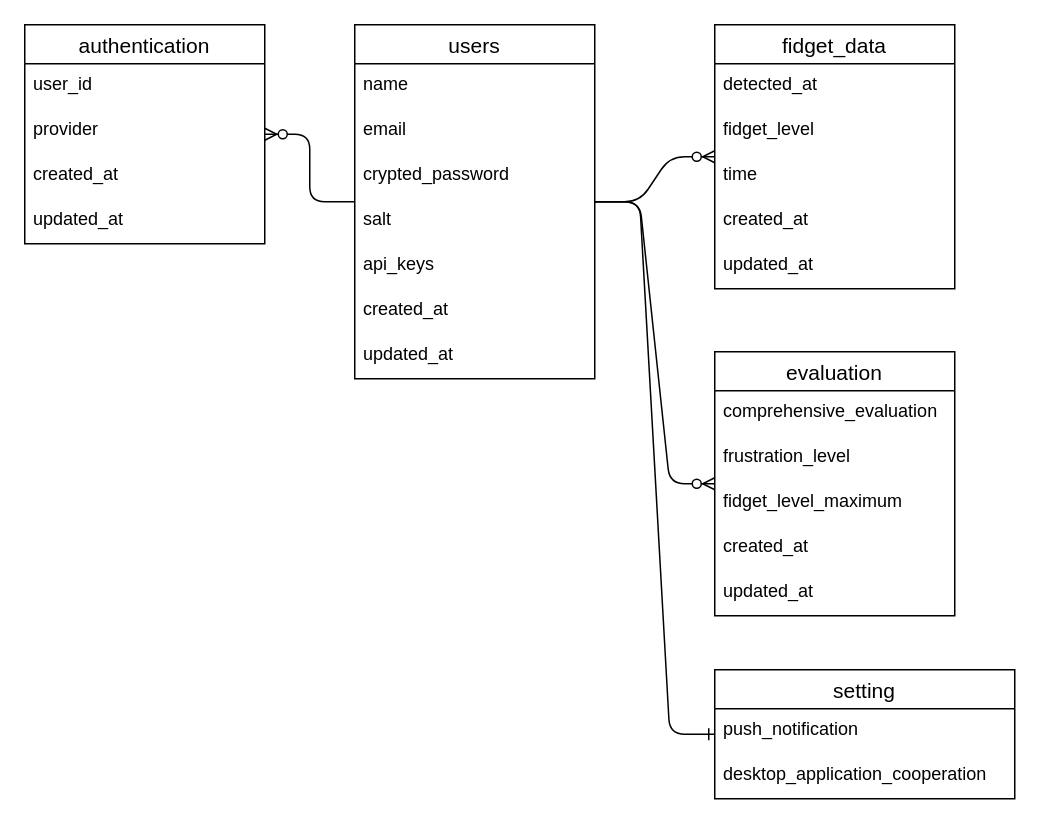
Above: ER Diagram for fidgeting_meter.drawio in FukiHayashi/fidgeting_meter (draw.io), before the change. Source tidied: cells renumbered, new cells numbered last; positions are measured from the earlier drawing's top-left corner, leaving out a move shared by most shapes. Both pictures are drawn from the tidied source at 150%, with x=0, y=0 at pixel (24, 24).
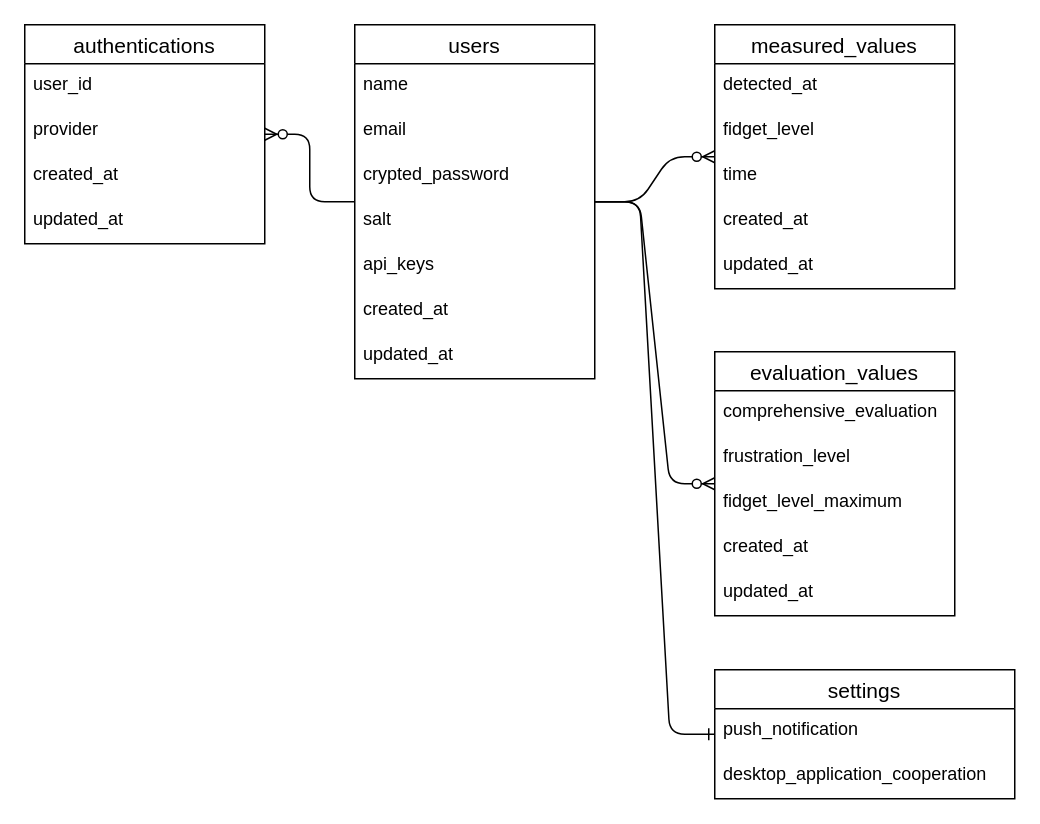
The same page after the edit.

Commit message:
ER図のテーブル名を変更

What changed in the source:
```diff
@@
-    <mxCell id="10" value="fidget_data" style="swimlane;fontStyle=0;horizontal=1;startSize=26;align=center;fontSize=14;" parent="1" vertex="1">
+    <mxCell id="10" value="measured_values" style="swimlane;fontStyle=0;horizontal=1;startSize=26;align=center;fontSize=14;" parent="1" vertex="1">
       <mxGeometry x="460" width="160" height="176" as="geometry" />
     </mxCell>
@@
-    <mxCell id="16" value="authentication" style="swimlane;fontStyle=0;horizontal=1;startSize=26;align=center;fontSize=14;" parent="1" vertex="1">
+    <mxCell id="16" value="authentications" style="swimlane;fontStyle=0;horizontal=1;startSize=26;align=center;fontSize=14;" parent="1" vertex="1">
       <mxGeometry width="160" height="146" as="geometry" />
     </mxCell>
@@
-    <mxCell id="21" value="evaluation" style="swimlane;fontStyle=0;horizontal=1;startSize=26;align=center;fontSize=14;" parent="1" vertex="1">
+    <mxCell id="21" value="evaluation_values" style="swimlane;fontStyle=0;horizontal=1;startSize=26;align=center;fontSize=14;" parent="1" vertex="1">
       <mxGeometry x="460" y="218" width="160" height="176" as="geometry" />
     </mxCell>
@@
-    <mxCell id="27" value="setting" style="swimlane;fontStyle=0;horizontal=1;startSize=26;align=center;fontSize=14;" parent="1" vertex="1">
+    <mxCell id="27" value="settings" style="swimlane;fontStyle=0;horizontal=1;startSize=26;align=center;fontSize=14;" parent="1" vertex="1">
       <mxGeometry x="460" y="430" width="200" height="86" as="geometry" />
     </mxCell>
```
